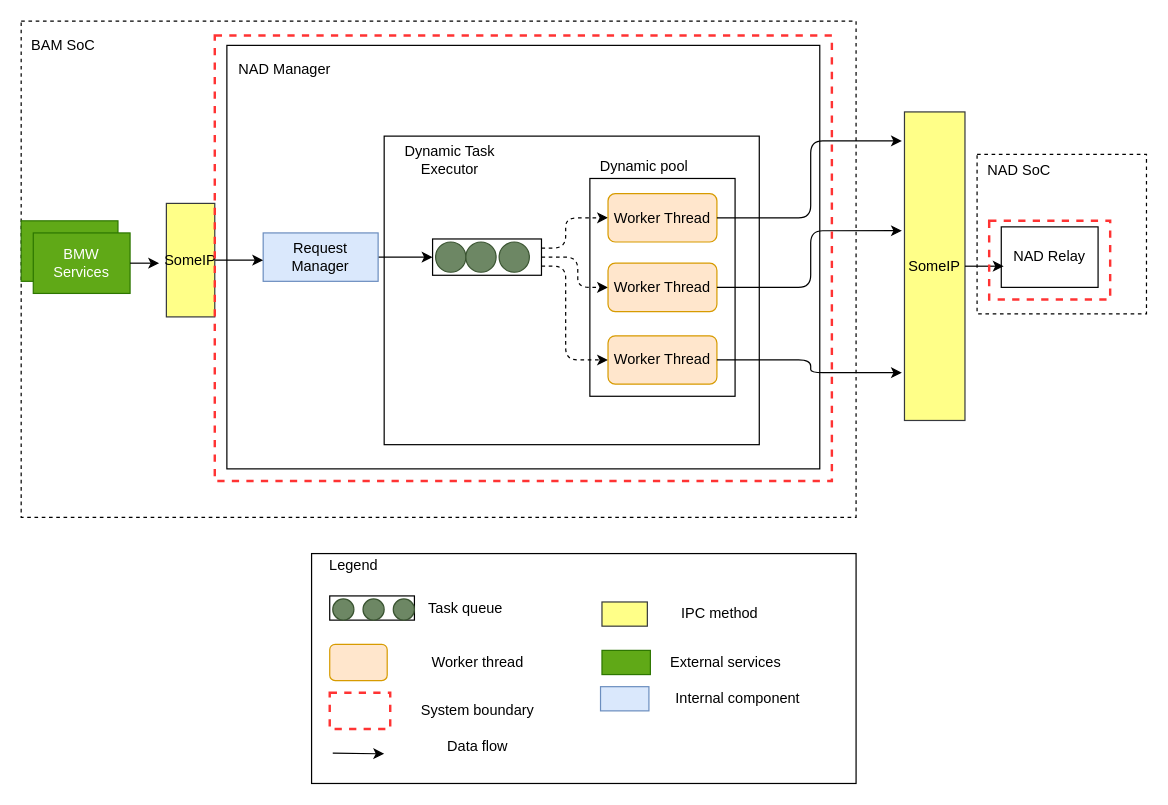
Above: page "HL_use_case_nadmgr" (5 of 14) of doc/SA cert/Design/performance.drawio in taikt/codefun (draw.io), before the change. Source tidied: cells renumbered, new cells numbered last; positions are measured from the earlier drawing's top-left corner, leaving out a move shared by most shapes. Both pictures are drawn from the tidied source at 121%, with x=0, y=0 at pixel (21, 21).
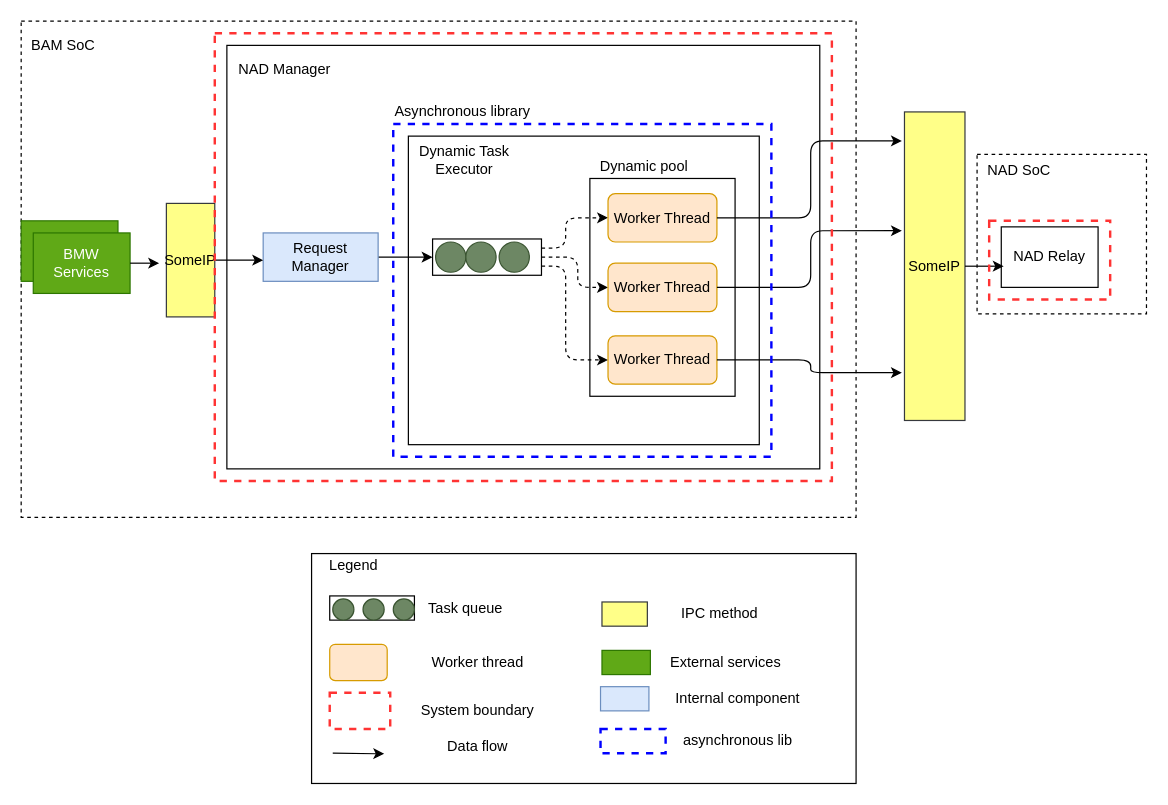
The same page after the edit.

The edit, as a diff of the source:
```diff
@@
     <mxCell id="9" style="rounded=0;whiteSpace=wrap;html=1;" parent="1" vertex="1">
-      <mxGeometry x="300" y="95" width="310" height="255" as="geometry" />
+      <mxGeometry x="320" y="95" width="290" height="255" as="geometry" />
     </mxCell>
@@
     <mxCell id="24" value="Dynamic Task Executor" style="text;html=1;strokeColor=none;fillColor=none;align=center;verticalAlign=middle;whiteSpace=wrap;rounded=0;" parent="1" vertex="1">
-      <mxGeometry x="307.5" y="100" width="92.5" height="30" as="geometry" />
+      <mxGeometry x="320" y="100" width="92.5" height="30" as="geometry" />
     </mxCell>
@@
     <mxCell id="33" style="rounded=0;whiteSpace=wrap;html=1;fillColor=none;strokeColor=#FF3333;strokeWidth=2;dashed=1;" parent="1" vertex="1">
-      <mxGeometry x="160" y="11.9" width="510" height="368.1" as="geometry" />
+      <mxGeometry x="160" y="10" width="510" height="370" as="geometry" />
     </mxCell>
@@
+    <mxCell id="57" style="rounded=0;whiteSpace=wrap;html=1;fillColor=none;dashed=1;strokeWidth=2;strokeColor=#0000FF;" parent="1" vertex="1">
+      <mxGeometry x="307.5" y="85" width="312.5" height="275" as="geometry" />
+    </mxCell>
+    <mxCell id="58" value="Asynchronous library" style="text;html=1;strokeColor=none;fillColor=none;align=center;verticalAlign=middle;whiteSpace=wrap;rounded=0;dashed=1;" parent="1" vertex="1">
+      <mxGeometry x="300" y="65" width="130" height="20" as="geometry" />
+    </mxCell>
+    <mxCell id="59" style="rounded=0;whiteSpace=wrap;html=1;fillColor=none;dashed=1;strokeWidth=2;strokeColor=#0000FF;" parent="1" vertex="1">
+      <mxGeometry x="478.8" y="585" width="53.8" height="20" as="geometry" />
+    </mxCell>
+    <mxCell id="60" value="asynchronous lib" style="text;html=1;strokeColor=none;fillColor=none;align=center;verticalAlign=middle;whiteSpace=wrap;rounded=0;" parent="1" vertex="1">
+      <mxGeometry x="540" y="580" width="105" height="30" as="geometry" />
+    </mxCell>
```
